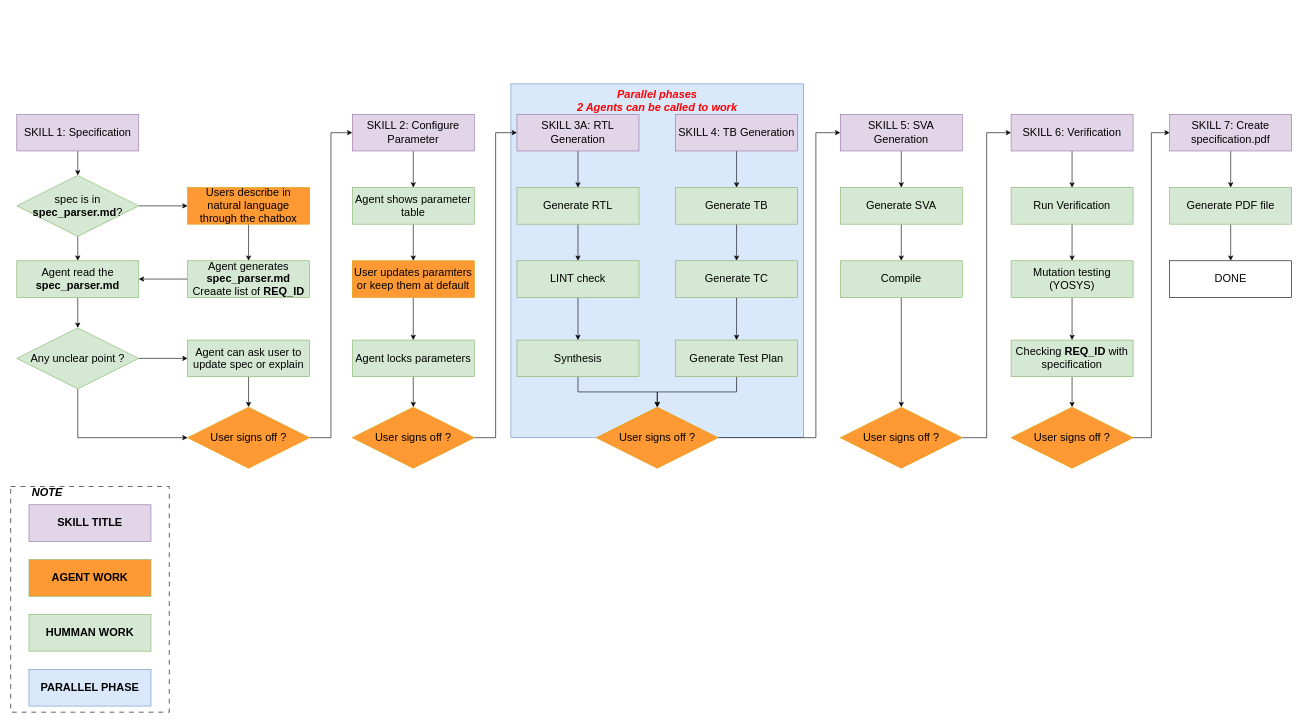
Before: agent_structure/VLSI_AI_FLOW.drawio in nguyenquanicd/VLSIT_RTL_Generator_AI_Flow, a draw.io diagram. Source tidied: cells renumbered, new cells numbered last; positions are measured from the earlier drawing's top-left corner, leaving out a move shared by most shapes. Both pictures are drawn from the tidied source at 61%, with x=0, y=0 at pixel (10, 84).
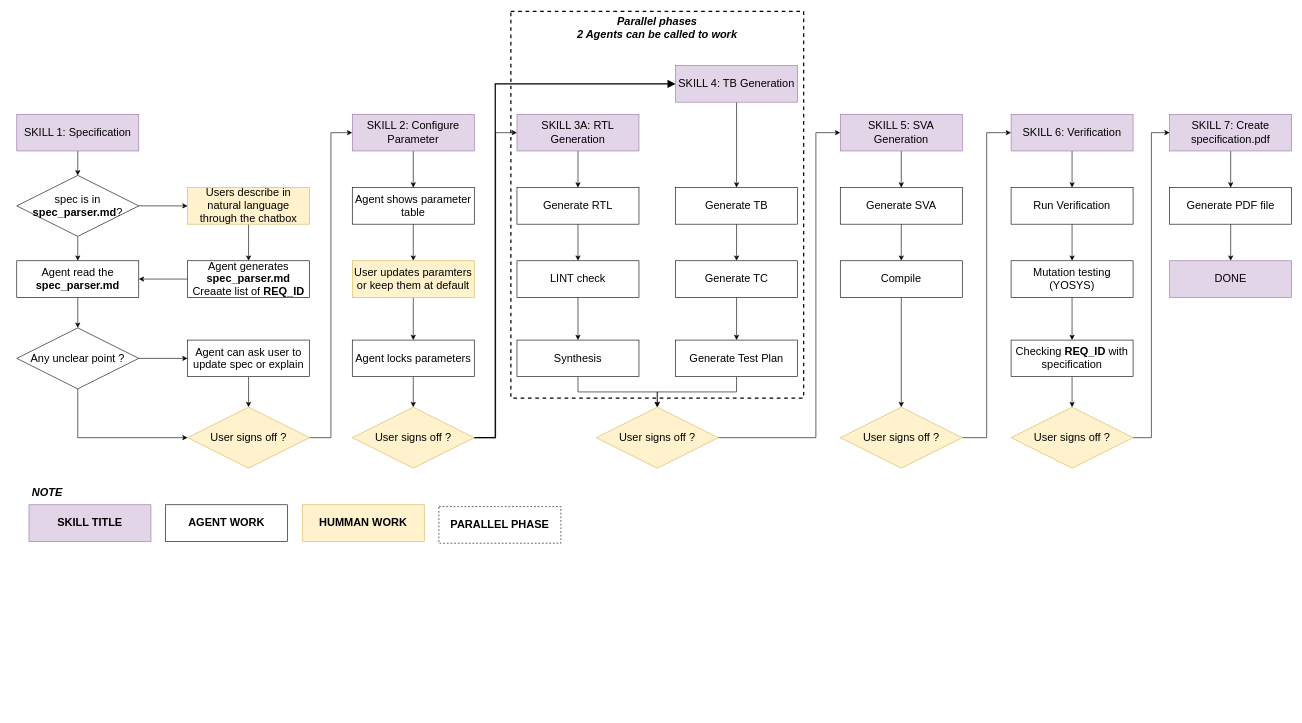
After the change.

The edit, as a diff of the source:
```diff
@@
-    <mxCell id="2" style="rounded=0;whiteSpace=wrap;html=1;dashed=1;dashPattern=8 8;" parent="1" vertex="1">
-      <mxGeometry y="660" width="260" height="370" as="geometry" />
-    </mxCell>
-    <mxCell id="3" value="Parallel phases&lt;div&gt;2 Agents can be called to work&lt;/div&gt;" style="rounded=0;whiteSpace=wrap;html=1;fillColor=#dae8fc;strokeColor=#6c8ebf;fontColor=#FF0000;fontStyle=3;verticalAlign=top;fontSize=18;" parent="1" vertex="1">
-      <mxGeometry x="820" width="480" height="580" as="geometry" />
+    <mxCell id="3" value="Parallel phases&lt;div&gt;2 Agents can be called to work&lt;/div&gt;" style="rounded=0;whiteSpace=wrap;html=1;fontStyle=3;verticalAlign=top;fontSize=18;dashed=1;strokeWidth=2;" parent="1" vertex="1">
+      <mxGeometry x="820" y="-119" width="480" height="634" as="geometry" />
     </mxCell>
@@
-    <mxCell id="8" value="spec is in &lt;b&gt;spec_parser.md&lt;/b&gt;?" style="rhombus;whiteSpace=wrap;html=1;fillColor=#d5e8d4;strokeColor=#82b366;fontSize=18;" parent="1" vertex="1">
+    <mxCell id="8" value="spec is in &lt;b&gt;spec_parser.md&lt;/b&gt;?" style="rhombus;whiteSpace=wrap;html=1;fontSize=18;" parent="1" vertex="1">
       <mxGeometry x="10" y="150" width="200" height="100" as="geometry" />
     </mxCell>
@@
-    <mxCell id="10" value="&lt;div class=&quot;attachment-container unknown&quot; style=&quot;font-family: &amp;quot;Google Sans Text&amp;quot;, sans-serif !important; line-height: 1.15 !important; margin-top: 0px !important; margin-left: 0px !important; margin-right: 0px !important;&quot;&gt;&lt;div class=&quot;text-box-container ng-star-inserted&quot; style=&quot;line-height: 1.15 !important; margin-top: 0px !important; margin-left: 0px !important; margin-right: 0px !important;&quot;&gt;&lt;div class=&quot;text-box-content&quot; style=&quot;line-height: 1.15 !important; margin-top: 0px !important; margin-left: 0px !important; margin-right: 0px !important;&quot;&gt;&lt;div dir=&quot;auto&quot; class=&quot;text-box-text gds-headline-s&quot; style=&quot;line-height: 1.15 !important; margin-top: 0px !important; margin-left: 0px !important; margin-right: 0px !important;&quot;&gt;Users describe in natural language through the chatbox&lt;/div&gt;&lt;/div&gt;&lt;/div&gt;&lt;/div&gt;" style="rounded=0;whiteSpace=wrap;html=1;fillColor=#FF9933;strokeColor=#d79b00;fontSize=18;" parent="1" vertex="1">
+    <mxCell id="10" value="&lt;div class=&quot;attachment-container unknown&quot; style=&quot;font-family: &amp;quot;Google Sans Text&amp;quot;, sans-serif !important; line-height: 1.15 !important; margin-top: 0px !important; margin-left: 0px !important; margin-right: 0px !important;&quot;&gt;&lt;div class=&quot;text-box-container ng-star-inserted&quot; style=&quot;line-height: 1.15 !important; margin-top: 0px !important; margin-left: 0px !important; margin-right: 0px !important;&quot;&gt;&lt;div class=&quot;text-box-content&quot; style=&quot;line-height: 1.15 !important; margin-top: 0px !important; margin-left: 0px !important; margin-right: 0px !important;&quot;&gt;&lt;div dir=&quot;auto&quot; class=&quot;text-box-text gds-headline-s&quot; style=&quot;line-height: 1.15 !important; margin-top: 0px !important; margin-left: 0px !important; margin-right: 0px !important;&quot;&gt;Users describe in natural language through the chatbox&lt;/div&gt;&lt;/div&gt;&lt;/div&gt;&lt;/div&gt;" style="rounded=0;whiteSpace=wrap;html=1;fillColor=#fff2cc;strokeColor=#d6b656;fontSize=18;" parent="1" vertex="1">
       <mxGeometry x="290" y="170" width="200" height="60" as="geometry" />
     </mxCell>
@@
-    <mxCell id="12" value="&lt;div class=&quot;attachment-container unknown&quot; style=&quot;font-family: &amp;quot;Google Sans Text&amp;quot;, sans-serif !important; line-height: 1.15 !important; margin-top: 0px !important; margin-left: 0px !important; margin-right: 0px !important;&quot;&gt;&lt;div class=&quot;text-box-container ng-star-inserted&quot; style=&quot;line-height: 1.15 !important; margin-top: 0px !important; margin-left: 0px !important; margin-right: 0px !important;&quot;&gt;&lt;div class=&quot;text-box-content&quot; style=&quot;line-height: 1.15 !important; margin-top: 0px !important; margin-left: 0px !important; margin-right: 0px !important;&quot;&gt;&lt;div dir=&quot;auto&quot; class=&quot;text-box-text gds-headline-s&quot; style=&quot;line-height: 1.15 !important; margin-top: 0px !important; margin-left: 0px !important; margin-right: 0px !important;&quot;&gt;Agent read the &lt;b&gt;spec_parser.md&lt;/b&gt;&lt;/div&gt;&lt;/div&gt;&lt;/div&gt;&lt;/div&gt;" style="rounded=0;whiteSpace=wrap;html=1;fillColor=#d5e8d4;strokeColor=#82b366;fontSize=18;" parent="1" vertex="1">
+    <mxCell id="12" value="&lt;div class=&quot;attachment-container unknown&quot; style=&quot;font-family: &amp;quot;Google Sans Text&amp;quot;, sans-serif !important; line-height: 1.15 !important; margin-top: 0px !important; margin-left: 0px !important; margin-right: 0px !important;&quot;&gt;&lt;div class=&quot;text-box-container ng-star-inserted&quot; style=&quot;line-height: 1.15 !important; margin-top: 0px !important; margin-left: 0px !important; margin-right: 0px !important;&quot;&gt;&lt;div class=&quot;text-box-content&quot; style=&quot;line-height: 1.15 !important; margin-top: 0px !important; margin-left: 0px !important; margin-right: 0px !important;&quot;&gt;&lt;div dir=&quot;auto&quot; class=&quot;text-box-text gds-headline-s&quot; style=&quot;line-height: 1.15 !important; margin-top: 0px !important; margin-left: 0px !important; margin-right: 0px !important;&quot;&gt;Agent read the &lt;b&gt;spec_parser.md&lt;/b&gt;&lt;/div&gt;&lt;/div&gt;&lt;/div&gt;&lt;/div&gt;" style="rounded=0;whiteSpace=wrap;html=1;fontSize=18;" parent="1" vertex="1">
       <mxGeometry x="10" y="290" width="200" height="60" as="geometry" />
     </mxCell>
@@
-    <mxCell id="14" value="&lt;div class=&quot;attachment-container unknown&quot; style=&quot;font-family: &amp;quot;Google Sans Text&amp;quot;, sans-serif !important; line-height: 1.15 !important; margin-top: 0px !important; margin-left: 0px !important; margin-right: 0px !important;&quot;&gt;&lt;div class=&quot;text-box-container ng-star-inserted&quot; style=&quot;line-height: 1.15 !important; margin-top: 0px !important; margin-left: 0px !important; margin-right: 0px !important;&quot;&gt;&lt;div class=&quot;text-box-content&quot; style=&quot;line-height: 1.15 !important; margin-top: 0px !important; margin-left: 0px !important; margin-right: 0px !important;&quot;&gt;&lt;div dir=&quot;auto&quot; class=&quot;text-box-text gds-headline-s&quot; style=&quot;line-height: 1.15 !important; margin-top: 0px !important; margin-left: 0px !important; margin-right: 0px !important;&quot;&gt;Agent generates &lt;b&gt;spec_parser.md&lt;/b&gt;&lt;/div&gt;&lt;div dir=&quot;auto&quot; class=&quot;text-box-text gds-headline-s&quot; style=&quot;line-height: 1.15 !important; margin-top: 0px !important; margin-left: 0px !important; margin-right: 0px !important;&quot;&gt;Creaate list of&lt;b&gt; REQ_ID&lt;/b&gt;&lt;/div&gt;&lt;/div&gt;&lt;/div&gt;&lt;/div&gt;" style="rounded=0;whiteSpace=wrap;html=1;fillColor=#d5e8d4;strokeColor=#82b366;fontSize=18;" parent="1" vertex="1">
+    <mxCell id="14" value="&lt;div class=&quot;attachment-container unknown&quot; style=&quot;font-family: &amp;quot;Google Sans Text&amp;quot;, sans-serif !important; line-height: 1.15 !important; margin-top: 0px !important; margin-left: 0px !important; margin-right: 0px !important;&quot;&gt;&lt;div class=&quot;text-box-container ng-star-inserted&quot; style=&quot;line-height: 1.15 !important; margin-top: 0px !important; margin-left: 0px !important; margin-right: 0px !important;&quot;&gt;&lt;div class=&quot;text-box-content&quot; style=&quot;line-height: 1.15 !important; margin-top: 0px !important; margin-left: 0px !important; margin-right: 0px !important;&quot;&gt;&lt;div dir=&quot;auto&quot; class=&quot;text-box-text gds-headline-s&quot; style=&quot;line-height: 1.15 !important; margin-top: 0px !important; margin-left: 0px !important; margin-right: 0px !important;&quot;&gt;Agent generates &lt;b&gt;spec_parser.md&lt;/b&gt;&lt;/div&gt;&lt;div dir=&quot;auto&quot; class=&quot;text-box-text gds-headline-s&quot; style=&quot;line-height: 1.15 !important; margin-top: 0px !important; margin-left: 0px !important; margin-right: 0px !important;&quot;&gt;Creaate list of&lt;b&gt; REQ_ID&lt;/b&gt;&lt;/div&gt;&lt;/div&gt;&lt;/div&gt;&lt;/div&gt;" style="rounded=0;whiteSpace=wrap;html=1;fontSize=18;" parent="1" vertex="1">
       <mxGeometry x="290" y="290" width="200" height="60" as="geometry" />
     </mxCell>
@@
-    <mxCell id="16" value="&lt;div class=&quot;attachment-container unknown&quot; style=&quot;font-family: &amp;quot;Google Sans Text&amp;quot;, sans-serif !important; line-height: 1.15 !important; margin-top: 0px !important; margin-left: 0px !important; margin-right: 0px !important;&quot;&gt;&lt;div class=&quot;text-box-container ng-star-inserted&quot; style=&quot;line-height: 1.15 !important; margin-top: 0px !important; margin-left: 0px !important; margin-right: 0px !important;&quot;&gt;&lt;div class=&quot;text-box-content&quot; style=&quot;line-height: 1.15 !important; margin-top: 0px !important; margin-left: 0px !important; margin-right: 0px !important;&quot;&gt;&lt;div dir=&quot;auto&quot; class=&quot;text-box-text gds-headline-s&quot; style=&quot;line-height: 1.15 !important; margin-top: 0px !important; margin-left: 0px !important; margin-right: 0px !important;&quot;&gt;Agent can ask user to update spec or explain&lt;/div&gt;&lt;/div&gt;&lt;/div&gt;&lt;/div&gt;" style="rounded=0;whiteSpace=wrap;html=1;fillColor=#d5e8d4;strokeColor=#82b366;fontSize=18;" parent="1" vertex="1">
+    <mxCell id="16" value="&lt;div class=&quot;attachment-container unknown&quot; style=&quot;font-family: &amp;quot;Google Sans Text&amp;quot;, sans-serif !important; line-height: 1.15 !important; margin-top: 0px !important; margin-left: 0px !important; margin-right: 0px !important;&quot;&gt;&lt;div class=&quot;text-box-container ng-star-inserted&quot; style=&quot;line-height: 1.15 !important; margin-top: 0px !important; margin-left: 0px !important; margin-right: 0px !important;&quot;&gt;&lt;div class=&quot;text-box-content&quot; style=&quot;line-height: 1.15 !important; margin-top: 0px !important; margin-left: 0px !important; margin-right: 0px !important;&quot;&gt;&lt;div dir=&quot;auto&quot; class=&quot;text-box-text gds-headline-s&quot; style=&quot;line-height: 1.15 !important; margin-top: 0px !important; margin-left: 0px !important; margin-right: 0px !important;&quot;&gt;Agent can ask user to update spec or explain&lt;/div&gt;&lt;/div&gt;&lt;/div&gt;&lt;/div&gt;" style="rounded=0;whiteSpace=wrap;html=1;fontSize=18;" parent="1" vertex="1">
       <mxGeometry x="290" y="420" width="200" height="60" as="geometry" />
     </mxCell>
@@
-    <mxCell id="19" value="Any unclear point ?" style="rhombus;whiteSpace=wrap;html=1;fillColor=#d5e8d4;strokeColor=#82b366;fontSize=18;" parent="1" vertex="1">
+    <mxCell id="19" value="Any unclear point ?" style="rhombus;whiteSpace=wrap;html=1;fontSize=18;" parent="1" vertex="1">
       <mxGeometry x="10" y="400" width="200" height="100" as="geometry" />
     </mxCell>
@@
-    <mxCell id="21" value="User signs off ?" style="rhombus;whiteSpace=wrap;html=1;fillColor=#FF9933;strokeColor=#d79b00;fontSize=18;" parent="1" vertex="1">
+    <mxCell id="21" value="User signs off ?" style="rhombus;whiteSpace=wrap;html=1;fillColor=#fff2cc;strokeColor=#d6b656;fontSize=18;" parent="1" vertex="1">
       <mxGeometry x="290" y="530" width="200" height="100" as="geometry" />
     </mxCell>
@@
-    <mxCell id="25" value="Agent shows parameter table" style="rounded=0;whiteSpace=wrap;html=1;fillColor=#d5e8d4;strokeColor=#82b366;fontSize=18;" parent="1" vertex="1">
+    <mxCell id="25" value="Agent shows parameter table" style="rounded=0;whiteSpace=wrap;html=1;fontSize=18;" parent="1" vertex="1">
       <mxGeometry x="560" y="170" width="200" height="60" as="geometry" />
     </mxCell>
@@
-    <mxCell id="27" value="User updates paramters or keep them at default" style="rounded=0;whiteSpace=wrap;html=1;fillColor=#FF9933;strokeColor=#d79b00;fontSize=18;" parent="1" vertex="1">
+    <mxCell id="27" value="User updates paramters or keep them at default" style="rounded=0;whiteSpace=wrap;html=1;fillColor=#fff2cc;strokeColor=#d6b656;fontSize=18;" parent="1" vertex="1">
       <mxGeometry x="560" y="290" width="200" height="60" as="geometry" />
     </mxCell>
@@
-    <mxCell id="29" value="Agent locks parameters" style="rounded=0;whiteSpace=wrap;html=1;fillColor=#d5e8d4;strokeColor=#82b366;fontSize=18;" parent="1" vertex="1">
+    <mxCell id="29" value="Agent locks parameters" style="rounded=0;whiteSpace=wrap;html=1;fontSize=18;" parent="1" vertex="1">
       <mxGeometry x="560" y="420" width="200" height="60" as="geometry" />
     </mxCell>
@@
-    <mxCell id="31" value="User signs off ?" style="rhombus;whiteSpace=wrap;html=1;fillColor=#FF9933;strokeColor=#d79b00;fontSize=18;" parent="1" vertex="1">
+    <mxCell id="31" value="User signs off ?" style="rhombus;whiteSpace=wrap;html=1;fillColor=#fff2cc;strokeColor=#d6b656;fontSize=18;" parent="1" vertex="1">
       <mxGeometry x="560" y="530" width="200" height="100" as="geometry" />
     </mxCell>
@@
-    <mxCell id="35" value="Generate RTL" style="rounded=0;whiteSpace=wrap;html=1;fillColor=#d5e8d4;strokeColor=#82b366;fontSize=18;" parent="1" vertex="1">
+    <mxCell id="35" value="Generate RTL" style="rounded=0;whiteSpace=wrap;html=1;fontSize=18;" parent="1" vertex="1">
       <mxGeometry x="830" y="170" width="200" height="60" as="geometry" />
     </mxCell>
@@
-    <mxCell id="37" value="LINT check" style="rounded=0;whiteSpace=wrap;html=1;fillColor=#d5e8d4;strokeColor=#82b366;fontSize=18;" parent="1" vertex="1">
+    <mxCell id="37" value="LINT check" style="rounded=0;whiteSpace=wrap;html=1;fontSize=18;" parent="1" vertex="1">
       <mxGeometry x="830" y="290" width="200" height="60" as="geometry" />
     </mxCell>
@@
-    <mxCell id="39" value="Synthesis" style="rounded=0;whiteSpace=wrap;html=1;fillColor=#d5e8d4;strokeColor=#82b366;fontSize=18;" parent="1" vertex="1">
+    <mxCell id="39" value="Synthesis" style="rounded=0;whiteSpace=wrap;html=1;fontSize=18;" parent="1" vertex="1">
       <mxGeometry x="830" y="420" width="200" height="60" as="geometry" />
     </mxCell>
@@
     <mxCell id="41" value="SKILL 4: TB Generation" style="rounded=0;whiteSpace=wrap;html=1;fillColor=#e1d5e7;strokeColor=#9673a6;fontSize=18;" parent="1" vertex="1">
-      <mxGeometry x="1090" y="50" width="200" height="60" as="geometry" />
+      <mxGeometry x="1090" y="-30" width="200" height="60" as="geometry" />
     </mxCell>
@@
-    <mxCell id="43" value="Generate TB" style="rounded=0;whiteSpace=wrap;html=1;fillColor=#d5e8d4;strokeColor=#82b366;fontSize=18;" parent="1" vertex="1">
+    <mxCell id="43" value="Generate TB" style="rounded=0;whiteSpace=wrap;html=1;fontSize=18;" parent="1" vertex="1">
       <mxGeometry x="1090" y="170" width="200" height="60" as="geometry" />
     </mxCell>
@@
-    <mxCell id="45" value="Generate TC" style="rounded=0;whiteSpace=wrap;html=1;fillColor=#d5e8d4;strokeColor=#82b366;fontSize=18;" parent="1" vertex="1">
+    <mxCell id="45" value="Generate TC" style="rounded=0;whiteSpace=wrap;html=1;fontSize=18;" parent="1" vertex="1">
       <mxGeometry x="1090" y="290" width="200" height="60" as="geometry" />
     </mxCell>
@@
-    <mxCell id="47" value="Generate Test Plan" style="rounded=0;whiteSpace=wrap;html=1;fillColor=#d5e8d4;strokeColor=#82b366;fontSize=18;" parent="1" vertex="1">
+    <mxCell id="47" value="Generate Test Plan" style="rounded=0;whiteSpace=wrap;html=1;fontSize=18;" parent="1" vertex="1">
       <mxGeometry x="1090" y="420" width="200" height="60" as="geometry" />
     </mxCell>
@@
-    <mxCell id="49" value="User signs off ?" style="rhombus;whiteSpace=wrap;html=1;fillColor=#FF9933;strokeColor=#d79b00;fontSize=18;" parent="1" vertex="1">
+    <mxCell id="49" value="User signs off ?" style="rhombus;whiteSpace=wrap;html=1;fillColor=#fff2cc;strokeColor=#d6b656;fontSize=18;" parent="1" vertex="1">
       <mxGeometry x="960" y="530" width="200" height="100" as="geometry" />
     </mxCell>
@@
-    <mxCell id="53" value="Generate SVA" style="rounded=0;whiteSpace=wrap;html=1;fillColor=#d5e8d4;strokeColor=#82b366;fontSize=18;" parent="1" vertex="1">
+    <mxCell id="53" value="Generate SVA" style="rounded=0;whiteSpace=wrap;html=1;fontSize=18;" parent="1" vertex="1">
       <mxGeometry x="1360" y="170" width="200" height="60" as="geometry" />
     </mxCell>
@@
-    <mxCell id="55" value="Compile" style="rounded=0;whiteSpace=wrap;html=1;fillColor=#d5e8d4;strokeColor=#82b366;fontSize=18;" parent="1" vertex="1">
+    <mxCell id="55" value="Compile" style="rounded=0;whiteSpace=wrap;html=1;fontSize=18;" parent="1" vertex="1">
       <mxGeometry x="1360" y="290" width="200" height="60" as="geometry" />
     </mxCell>
@@
-    <mxCell id="57" value="User signs off ?" style="rhombus;whiteSpace=wrap;html=1;fillColor=#FF9933;strokeColor=#d79b00;fontSize=18;" parent="1" vertex="1">
+    <mxCell id="57" value="User signs off ?" style="rhombus;whiteSpace=wrap;html=1;fillColor=#fff2cc;strokeColor=#d6b656;fontSize=18;" parent="1" vertex="1">
       <mxGeometry x="1360" y="530" width="200" height="100" as="geometry" />
     </mxCell>
@@
-    <mxCell id="61" value="Run Verification" style="rounded=0;whiteSpace=wrap;html=1;fillColor=#d5e8d4;strokeColor=#82b366;fontSize=18;" parent="1" vertex="1">
+    <mxCell id="61" value="Run Verification" style="rounded=0;whiteSpace=wrap;html=1;fontSize=18;" parent="1" vertex="1">
       <mxGeometry x="1640" y="170" width="200" height="60" as="geometry" />
     </mxCell>
@@
-    <mxCell id="63" value="Mutation testing (YOSYS)" style="rounded=0;whiteSpace=wrap;html=1;fillColor=#d5e8d4;strokeColor=#82b366;fontSize=18;" parent="1" vertex="1">
+    <mxCell id="63" value="Mutation testing (YOSYS)" style="rounded=0;whiteSpace=wrap;html=1;fontSize=18;" parent="1" vertex="1">
       <mxGeometry x="1640" y="290" width="200" height="60" as="geometry" />
     </mxCell>
@@
-    <mxCell id="65" value="User signs off ?" style="rhombus;whiteSpace=wrap;html=1;fillColor=#FF9933;strokeColor=#d79b00;fontSize=18;" parent="1" vertex="1">
+    <mxCell id="65" value="User signs off ?" style="rhombus;whiteSpace=wrap;html=1;fillColor=#fff2cc;strokeColor=#d6b656;fontSize=18;" parent="1" vertex="1">
       <mxGeometry x="1640" y="530" width="200" height="100" as="geometry" />
     </mxCell>
@@
-    <mxCell id="67" value="Checking &lt;b&gt;REQ_ID&lt;/b&gt; with specification" style="rounded=0;whiteSpace=wrap;html=1;fillColor=#d5e8d4;strokeColor=#82b366;fontSize=18;" parent="1" vertex="1">
+    <mxCell id="67" value="Checking &lt;b&gt;REQ_ID&lt;/b&gt; with specification" style="rounded=0;whiteSpace=wrap;html=1;fontSize=18;" parent="1" vertex="1">
       <mxGeometry x="1640" y="420" width="200" height="60" as="geometry" />
     </mxCell>
-    <mxCell id="68" value="DONE" style="rounded=0;whiteSpace=wrap;html=1;fontSize=18;" parent="1" vertex="1">
+    <mxCell id="68" value="DONE" style="rounded=0;whiteSpace=wrap;html=1;fontSize=18;fillColor=#e1d5e7;strokeColor=#9673a6;" parent="1" vertex="1">
       <mxGeometry x="1900" y="290" width="200" height="60" as="geometry" />
     </mxCell>
@@
-    <mxCell id="72" value="Generate PDF file" style="rounded=0;whiteSpace=wrap;html=1;fillColor=#d5e8d4;strokeColor=#82b366;fontSize=18;" parent="1" vertex="1">
+    <mxCell id="72" value="Generate PDF file" style="rounded=0;whiteSpace=wrap;html=1;fontSize=18;" parent="1" vertex="1">
       <mxGeometry x="1900" y="170" width="200" height="60" as="geometry" />
     </mxCell>
@@
-    <mxCell id="74" value="AGENT WORK" style="rounded=0;whiteSpace=wrap;html=1;fillColor=#FF9933;strokeColor=#82b366;fontStyle=1;fontSize=18;" parent="1" vertex="1">
-      <mxGeometry x="30" y="780" width="200" height="60" as="geometry" />
+    <mxCell id="74" value="AGENT WORK" style="rounded=0;whiteSpace=wrap;html=1;fontStyle=1;fontSize=18;" parent="1" vertex="1">
+      <mxGeometry x="254" y="690" width="200" height="60" as="geometry" />
     </mxCell>
-    <mxCell id="75" value="HUMMAN WORK" style="rounded=0;whiteSpace=wrap;html=1;fillColor=#d5e8d4;strokeColor=#82b366;fontStyle=1;fontSize=18;" parent="1" vertex="1">
-      <mxGeometry x="30" y="870" width="200" height="60" as="geometry" />
+    <mxCell id="75" value="HUMMAN WORK" style="rounded=0;whiteSpace=wrap;html=1;fillColor=#fff2cc;strokeColor=#d6b656;fontStyle=1;fontSize=18;" parent="1" vertex="1">
+      <mxGeometry x="478" y="690" width="200" height="60" as="geometry" />
     </mxCell>
@@
-    <mxCell id="77" value="PARALLEL PHASE" style="rounded=0;whiteSpace=wrap;html=1;fillColor=#dae8fc;strokeColor=#6c8ebf;fontStyle=1;fontSize=18;" parent="1" vertex="1">
-      <mxGeometry x="30" y="960" width="200" height="60" as="geometry" />
+    <mxCell id="77" value="PARALLEL PHASE" style="rounded=0;whiteSpace=wrap;html=1;fontStyle=1;fontSize=18;dashed=1;" parent="1" vertex="1">
+      <mxGeometry x="702" y="693" width="200" height="60" as="geometry" />
     </mxCell>
+    <mxCell id="78" style="edgeStyle=elbowEdgeStyle;elbow=horizontal;endArrow=block;html=1;curved=0;rounded=0;endSize=8;startSize=8;endFill=1;strokeWidth=2;entryX=0;entryY=0.5;entryDx=0;entryDy=0;exitX=1;exitY=0.5;exitDx=0;exitDy=0;fontSize=18;" parent="1" edge="1" source="31" target="41">
+      <mxGeometry relative="1" as="geometry">
+        <Array as="points">
+          <mxPoint x="794.4" y="291.2" />
+        </Array>
+      </mxGeometry>
+    </mxCell>
```
